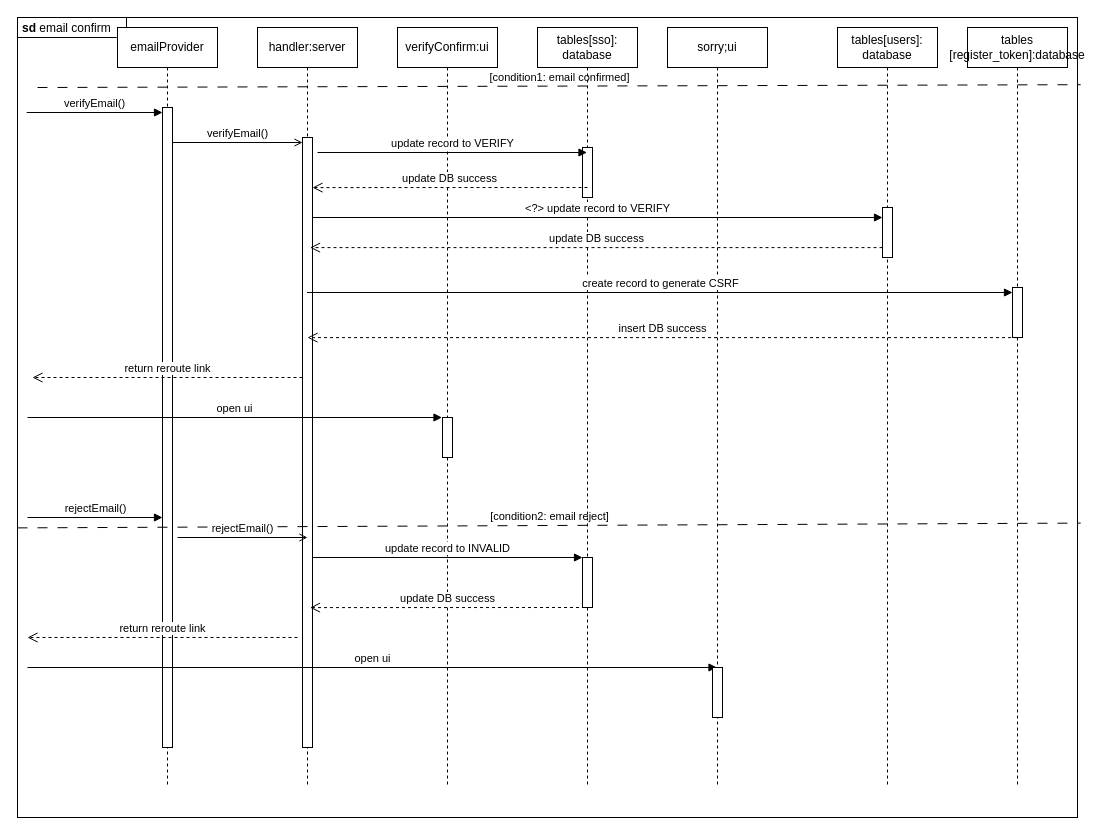
Earlier version of the draw.io diagram sd/server/auth/behavioral/account-verification/account-verification.drawio (hdthinh1012/note-taking-web-app). Source tidied: cells renumbered, new cells numbered last; positions are measured from the earlier drawing's top-left corner, leaving out a move shared by most shapes. Both pictures are drawn from the tidied source at 100%, with x=0, y=0 at pixel (17, 17).
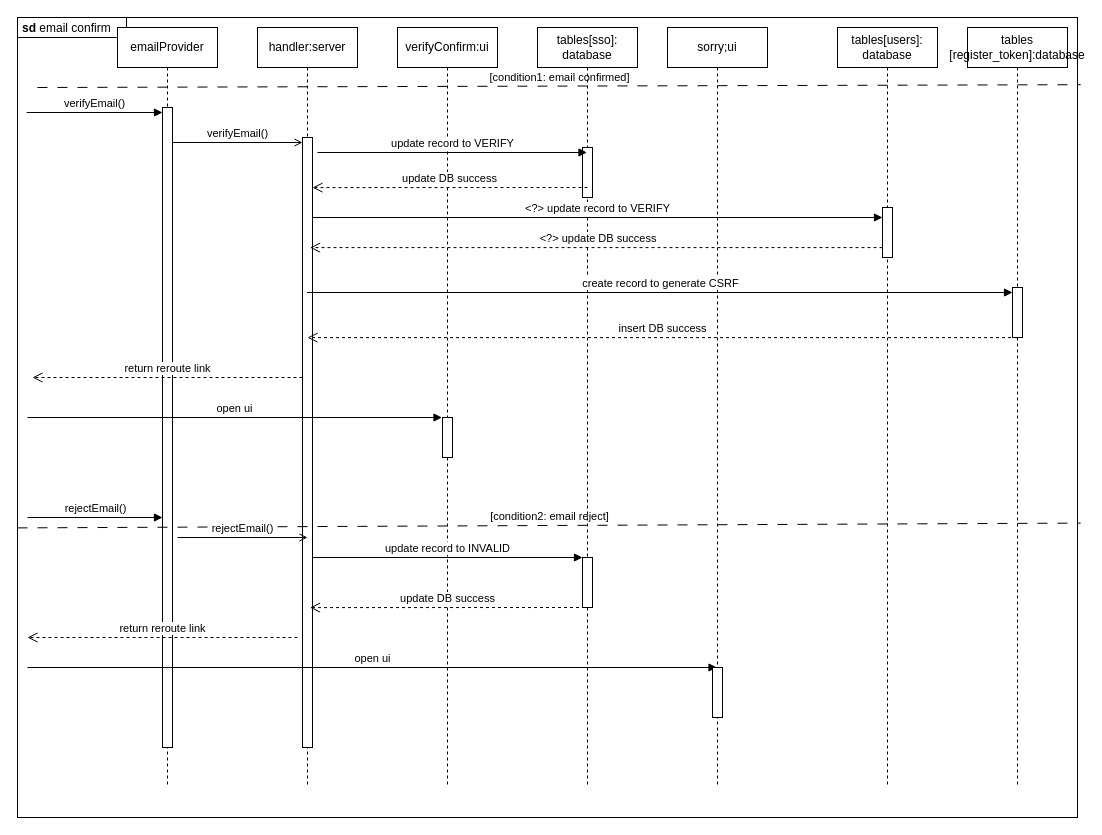
After the change.

Commit message (it also covers changes not shown here):
chore: styling account register page

Unchanged cells that the change refers to:
```xml
<mxCell id="29" style="html=1;points=[[0,0,0,0,5],[0,1,0,0,-5],[1,0,0,0,5],[1,1,0,0,-5]];perimeter=orthogonalPerimeter;outlineConnect=0;targetShapes=umlLifeline;portConstraint=eastwest;newEdgeStyle={&quot;curved&quot;:0,&quot;rounded&quot;:0};" parent="28" vertex="1">
  <mxGeometry x="45" y="180" width="10" height="50" as="geometry" />
</mxCell>
```

What changed in the source:
```diff
@@
-    <mxCell id="31" value="update DB success" style="html=1;verticalAlign=bottom;endArrow=open;dashed=1;endSize=8;curved=0;rounded=0;" parent="1" edge="1" source="29">
+    <mxCell id="31" value="&amp;nbsp;&amp;lt;?&amp;gt; update DB success" style="html=1;verticalAlign=bottom;endArrow=open;dashed=1;endSize=8;curved=0;rounded=0;" parent="1" edge="1" source="29">
       <mxGeometry relative="1" as="geometry">
         <mxPoint x="292.5" y="230.1" as="targetPoint" />
       </mxGeometry>
     </mxCell>
```
